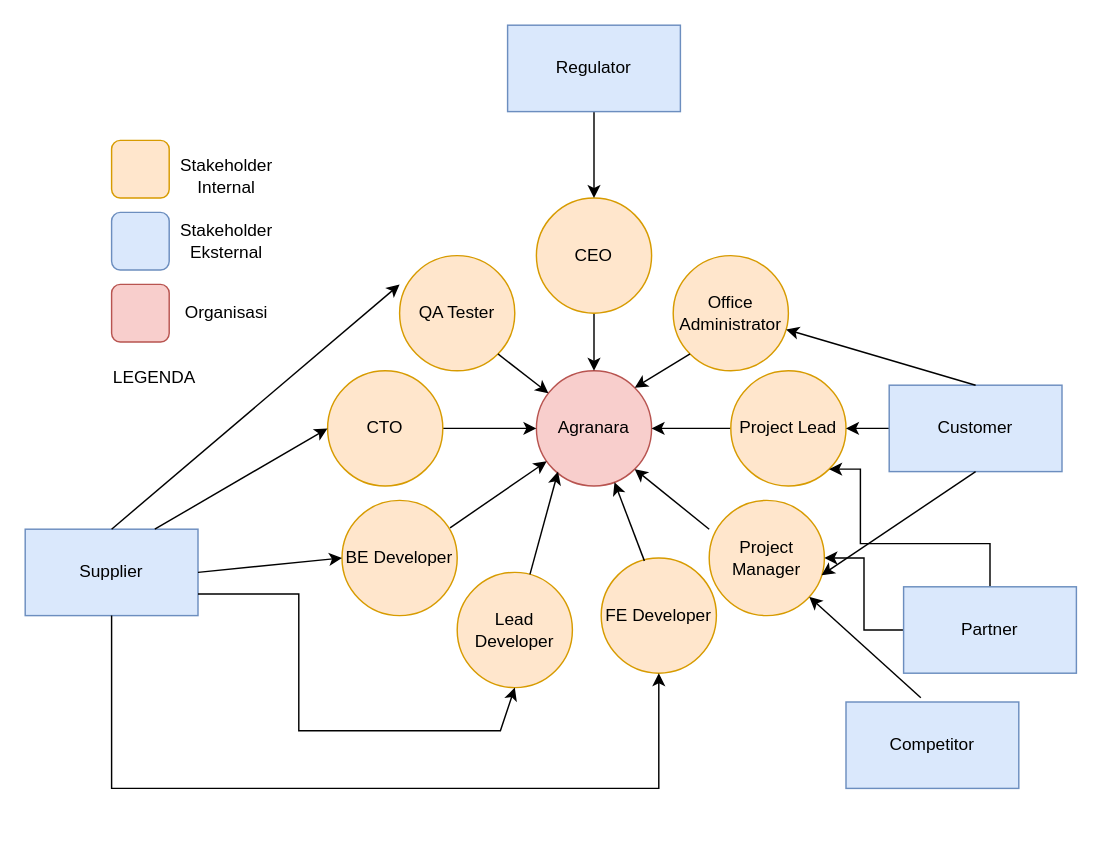
This is Untitled Diagram.drawio from rifqisyafiq/Git-Introduction, a draw.io file, before an edit. Source tidied: cells renumbered, new cells numbered last; positions are measured from the earlier drawing's top-left corner, leaving out a move shared by most shapes. Both pictures are drawn from the tidied source at 144%, with x=0, y=0 at pixel (24, 24).
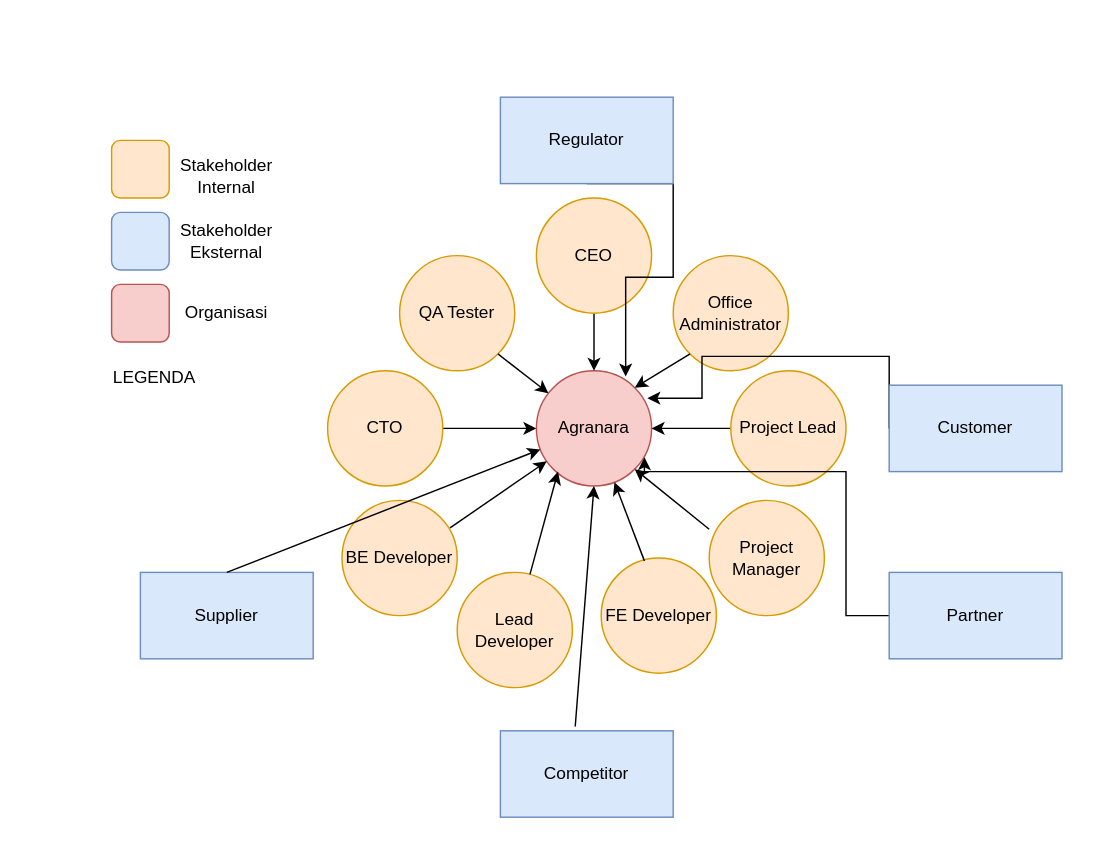
The same diagram, later.

The change refers to these unchanged cells:
```xml
<mxCell id="2" value="Agranara" style="ellipse;whiteSpace=wrap;html=1;fillColor=#f8cecc;strokeColor=#b85450;" parent="1" vertex="1">
  <mxGeometry x="355" y="240" width="80" height="80" as="geometry" />
</mxCell>
<mxCell id="3" value="Lead Developer" style="ellipse;whiteSpace=wrap;html=1;fillColor=#ffe6cc;strokeColor=#d79b00;" parent="1" vertex="1">
  <mxGeometry x="300" y="380" width="80" height="80" as="geometry" />
</mxCell>
<mxCell id="5" value="CTO" style="ellipse;whiteSpace=wrap;html=1;fillColor=#ffe6cc;strokeColor=#d79b00;" parent="1" vertex="1">
  <mxGeometry x="210" y="240" width="80" height="80" as="geometry" />
</mxCell>
<mxCell id="7" value="Project Lead" style="ellipse;whiteSpace=wrap;html=1;fillColor=#ffe6cc;strokeColor=#d79b00;" parent="1" vertex="1">
  <mxGeometry x="490" y="240" width="80" height="80" as="geometry" />
</mxCell>
<mxCell id="9" value="CEO" style="ellipse;whiteSpace=wrap;html=1;fillColor=#ffe6cc;strokeColor=#d79b00;" parent="1" vertex="1">
  <mxGeometry x="355" y="120" width="80" height="80" as="geometry" />
</mxCell>
<mxCell id="10" value="FE Developer" style="ellipse;whiteSpace=wrap;html=1;fillColor=#ffe6cc;strokeColor=#d79b00;" parent="1" vertex="1">
  <mxGeometry x="400" y="370" width="80" height="80" as="geometry" />
</mxCell>
<mxCell id="13" value="Office Administrator" style="ellipse;whiteSpace=wrap;html=1;fillColor=#ffe6cc;strokeColor=#d79b00;" parent="1" vertex="1">
  <mxGeometry x="450" y="160" width="80" height="80" as="geometry" />
</mxCell>
<mxCell id="14" value="Project Manager" style="ellipse;whiteSpace=wrap;html=1;fillColor=#ffe6cc;strokeColor=#d79b00;" parent="1" vertex="1">
  <mxGeometry x="475" y="330" width="80" height="80" as="geometry" />
</mxCell>
<mxCell id="15" value="BE Developer" style="ellipse;whiteSpace=wrap;html=1;fillColor=#ffe6cc;strokeColor=#d79b00;" parent="1" vertex="1">
  <mxGeometry x="220" y="330" width="80" height="80" as="geometry" />
</mxCell>
<mxCell id="16" value="QA Tester" style="ellipse;whiteSpace=wrap;html=1;fillColor=#ffe6cc;strokeColor=#d79b00;" parent="1" vertex="1">
  <mxGeometry x="260" y="160" width="80" height="80" as="geometry" />
</mxCell>
<mxCell id="23" value="Customer" style="rounded=0;whiteSpace=wrap;html=1;fillColor=#dae8fc;strokeColor=#6c8ebf;" parent="1" vertex="1">
  <mxGeometry x="600" y="250" width="120" height="60" as="geometry" />
</mxCell>
```

The edit, as a diff of the source:
```diff
@@
-    <mxCell id="22" style="edgeStyle=orthogonalEdgeStyle;rounded=0;jettySize=auto;html=1;" parent="1" edge="1" source="23" target="7">
-      <mxGeometry relative="1" as="geometry" />
-    </mxCell>
+    <mxCell id="46" style="edgeStyle=orthogonalEdgeStyle;rounded=0;jettySize=auto;html=1;exitX=0;exitY=0.5;exitDx=0;exitDy=0;entryX=0.963;entryY=0.238;entryDx=0;entryDy=0;entryPerimeter=0;" parent="1" edge="1" source="23" target="2">
+      <mxGeometry relative="1" as="geometry">
+        <Array as="points">
+          <mxPoint x="600" y="230" />
+          <mxPoint x="470" y="230" />
+          <mxPoint x="470" y="259" />
+        </Array>
+      </mxGeometry>
+    </mxCell>
@@
-    <mxCell id="24" style="endArrow=classic;html=1;rounded=0;exitX=0.5;exitY=1;exitDx=0;exitDy=0;entryX=0.975;entryY=0.65;entryDx=0;entryDy=0;entryPerimeter=0;" parent="1" edge="1" source="23" target="14">
-      <mxGeometry relative="1" as="geometry" />
-    </mxCell>
-    <mxCell id="25" style="endArrow=classic;html=1;rounded=0;exitX=0.5;exitY=0;exitDx=0;exitDy=0;" parent="1" edge="1" source="23" target="13">
-      <mxGeometry relative="1" as="geometry" />
-    </mxCell>
     <mxCell id="26" value="Supplier" style="rounded=0;whiteSpace=wrap;html=1;fillColor=#dae8fc;strokeColor=#6c8ebf;" parent="1" vertex="1">
-      <mxGeometry y="350" width="120" height="60" as="geometry" />
+      <mxGeometry x="80" y="380" width="120" height="60" as="geometry" />
     </mxCell>
-    <mxCell id="27" style="endArrow=classic;html=1;rounded=0;entryX=0;entryY=0.25;entryDx=0;entryDy=0;entryPerimeter=0;exitX=0.5;exitY=0;exitDx=0;exitDy=0;" parent="1" edge="1" source="26" target="16">
+    <mxCell id="27" style="endArrow=classic;html=1;rounded=0;exitX=0.5;exitY=0;exitDx=0;exitDy=0;" parent="1" edge="1" source="26" target="2">
       <mxGeometry relative="1" as="geometry" />
     </mxCell>
-    <mxCell id="28" style="endArrow=classic;html=1;rounded=0;exitX=0.75;exitY=0;exitDx=0;exitDy=0;entryX=0;entryY=0.5;entryDx=0;entryDy=0;" parent="1" edge="1" source="26" target="5">
-      <mxGeometry relative="1" as="geometry" />
-    </mxCell>
-    <mxCell id="29" style="endArrow=classic;html=1;rounded=0;exitX=0.5;exitY=1;exitDx=0;exitDy=0;entryX=0.5;entryY=1;entryDx=0;entryDy=0;" parent="1" edge="1" source="26" target="10">
-      <mxGeometry relative="1" as="geometry">
-        <Array as="points">
-          <mxPoint x="60" y="530" />
-          <mxPoint x="440" y="530" />
-        </Array>
-      </mxGeometry>
-    </mxCell>
-    <mxCell id="30" style="endArrow=classic;html=1;rounded=0;exitX=1;exitY=0.75;exitDx=0;exitDy=0;entryX=0.5;entryY=1;entryDx=0;entryDy=0;" parent="1" edge="1" source="26" target="3">
-      <mxGeometry relative="1" as="geometry">
-        <Array as="points">
-          <mxPoint x="190" y="395" />
-          <mxPoint x="190" y="490" />
-          <mxPoint x="330" y="490" />
-        </Array>
-      </mxGeometry>
-    </mxCell>
-    <mxCell id="31" style="endArrow=classic;html=1;rounded=0;entryX=0;entryY=0.5;entryDx=0;entryDy=0;exitX=1;exitY=0.5;exitDx=0;exitDy=0;" parent="1" edge="1" source="26" target="15">
-      <mxGeometry relative="1" as="geometry" />
-    </mxCell>
-    <mxCell id="32" style="edgeStyle=orthogonalEdgeStyle;rounded=0;jettySize=auto;html=1;" parent="1" edge="1" source="33" target="9">
-      <mxGeometry relative="1" as="geometry" />
-    </mxCell>
+    <mxCell id="47" style="edgeStyle=orthogonalEdgeStyle;rounded=0;jettySize=auto;html=1;exitX=0.5;exitY=1;exitDx=0;exitDy=0;entryX=0.775;entryY=0.05;entryDx=0;entryDy=0;entryPerimeter=0;" parent="1" edge="1" source="33" target="2">
+      <mxGeometry relative="1" as="geometry">
+        <Array as="points">
+          <mxPoint x="450" y="110" />
+          <mxPoint x="450" y="175" />
+          <mxPoint x="417" y="175" />
+        </Array>
+      </mxGeometry>
+    </mxCell>
     <mxCell id="33" value="Regulator" style="rounded=0;whiteSpace=wrap;html=1;fillColor=#dae8fc;strokeColor=#6c8ebf;" parent="1" vertex="1">
-      <mxGeometry x="335" width="120" height="60" as="geometry" />
+      <mxGeometry x="330" y="50" width="120" height="60" as="geometry" />
     </mxCell>
@@
     <mxCell id="41" value="Competitor" style="rounded=0;whiteSpace=wrap;html=1;fillColor=#dae8fc;strokeColor=#6c8ebf;" parent="1" vertex="1">
-      <mxGeometry x="570" y="470" width="120" height="60" as="geometry" />
+      <mxGeometry x="330" y="490" width="120" height="60" as="geometry" />
     </mxCell>
-    <mxCell id="42" style="endArrow=classic;html=1;rounded=0;exitX=0.433;exitY=-0.05;exitDx=0;exitDy=0;exitPerimeter=0;" parent="1" edge="1" source="41" target="14">
+    <mxCell id="42" style="endArrow=classic;html=1;rounded=0;exitX=0.433;exitY=-0.05;exitDx=0;exitDy=0;exitPerimeter=0;entryX=0.5;entryY=1;entryDx=0;entryDy=0;" parent="1" edge="1" source="41" target="2">
       <mxGeometry relative="1" as="geometry" />
     </mxCell>
-    <mxCell id="43" style="edgeStyle=orthogonalEdgeStyle;rounded=0;jettySize=auto;html=1;" parent="1" edge="1" source="45" target="14">
-      <mxGeometry relative="1" as="geometry" />
-    </mxCell>
-    <mxCell id="44" style="edgeStyle=orthogonalEdgeStyle;rounded=0;jettySize=auto;html=1;entryX=1;entryY=1;entryDx=0;entryDy=0;" parent="1" edge="1" source="45" target="7">
-      <mxGeometry relative="1" as="geometry">
-        <Array as="points">
-          <mxPoint x="670" y="360" />
-          <mxPoint x="580" y="360" />
-          <mxPoint x="580" y="308" />
-        </Array>
-      </mxGeometry>
-    </mxCell>
+    <mxCell id="48" style="edgeStyle=orthogonalEdgeStyle;rounded=0;jettySize=auto;html=1;exitX=0;exitY=0.5;exitDx=0;exitDy=0;entryX=0.938;entryY=0.75;entryDx=0;entryDy=0;entryPerimeter=0;" parent="1" edge="1" source="45" target="2">
+      <mxGeometry relative="1" as="geometry">
+        <Array as="points">
+          <mxPoint x="570" y="410" />
+          <mxPoint x="570" y="310" />
+          <mxPoint x="430" y="310" />
+        </Array>
+      </mxGeometry>
+    </mxCell>
     <mxCell id="45" value="Partner" style="rounded=0;whiteSpace=wrap;html=1;fillColor=#dae8fc;strokeColor=#6c8ebf;" parent="1" vertex="1">
-      <mxGeometry x="610" y="390" width="120" height="60" as="geometry" />
+      <mxGeometry x="600" y="380" width="120" height="60" as="geometry" />
     </mxCell>
```
